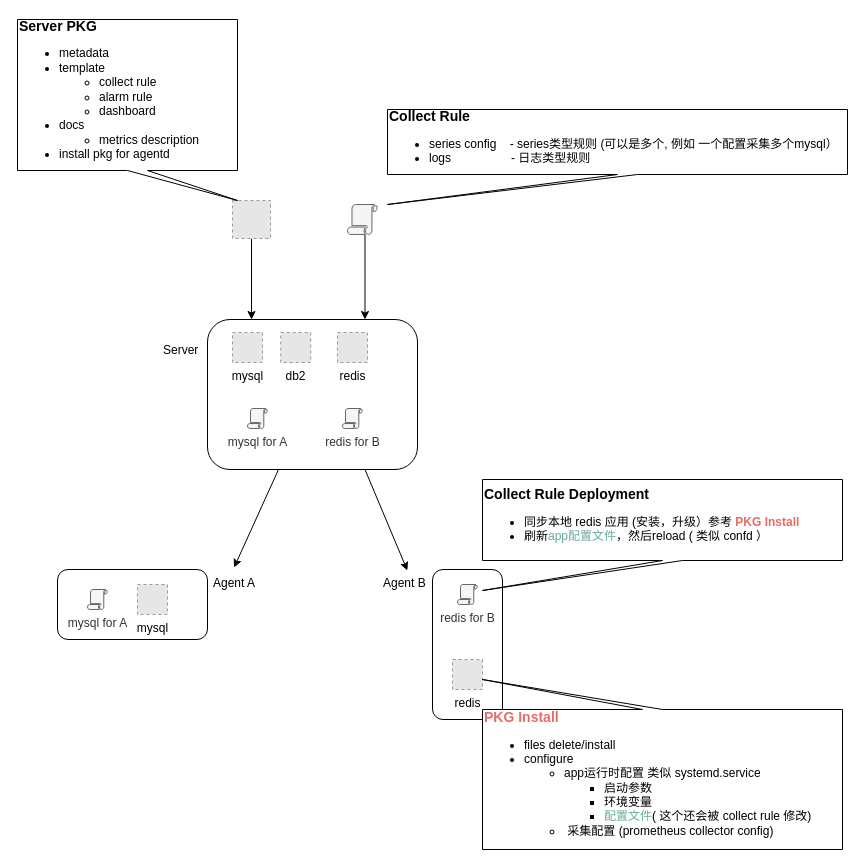
yubo/draw keeps this draw.io diagram as page "app store" (1 of 6) of n9e.drawio. Above is the earlier version. Source tidied: cells renumbered, new cells numbered last; positions are measured from the earlier drawing's top-left corner, leaving out a move shared by most shapes. Both pictures are drawn from the tidied source at 100%, with x=0, y=0 at pixel (17, 19). Pictures stored in the file or linked from it are replaced by grey dashed boxes.
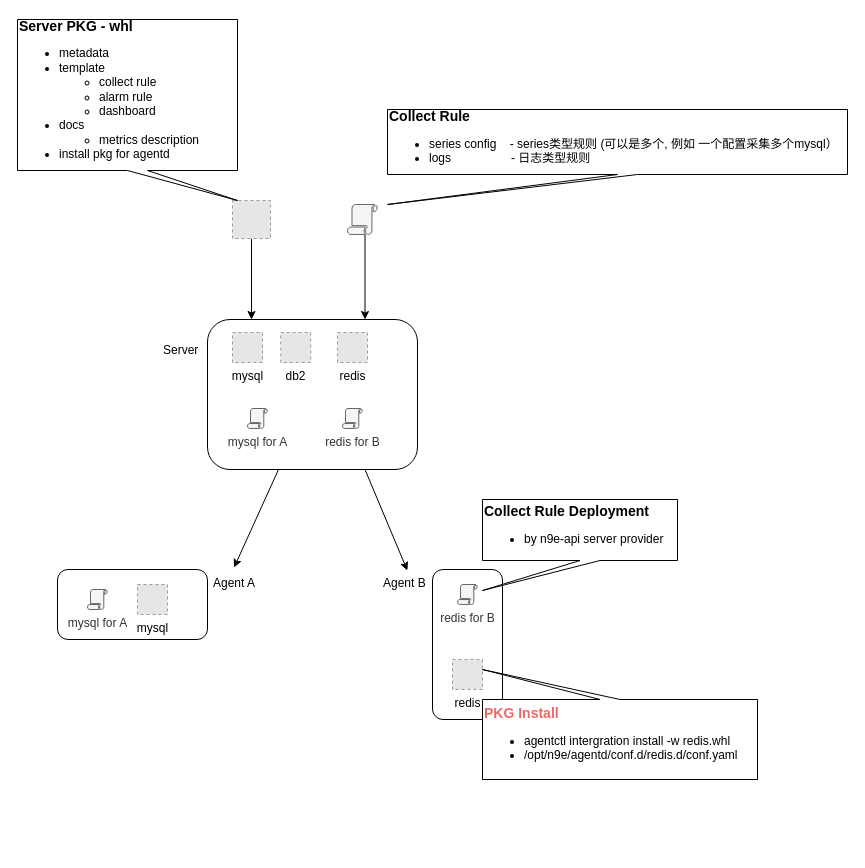
Above is the later version.

Diff of the diagram source:
```diff
@@
-    <mxCell id="11" value="&lt;div&gt;&lt;b&gt;&lt;font style=&quot;font-size: 14px&quot;&gt;Server PKG&lt;/font&gt;&lt;/b&gt;&lt;/div&gt;&lt;ul&gt;&lt;li&gt;metadata&lt;/li&gt;&lt;li&gt;template&lt;/li&gt;&lt;ul&gt;&lt;li&gt;collect rule&lt;/li&gt;&lt;li&gt;alarm rule&lt;/li&gt;&lt;li&gt;dashboard&lt;/li&gt;&lt;/ul&gt;&lt;li&gt;docs&lt;/li&gt;&lt;ul&gt;&lt;li&gt;metrics description&lt;/li&gt;&lt;/ul&gt;&lt;li&gt;install pkg for agentd&lt;/li&gt;&lt;/ul&gt;" style="shape=callout;whiteSpace=wrap;html=1;perimeter=calloutPerimeter;position2=1;align=left;" parent="1" vertex="1">
+    <mxCell id="11" value="&lt;div&gt;&lt;b&gt;&lt;font style=&quot;font-size: 14px&quot;&gt;Server PKG - whl&lt;/font&gt;&lt;/b&gt;&lt;/div&gt;&lt;ul&gt;&lt;li&gt;metadata&lt;/li&gt;&lt;li&gt;template&lt;/li&gt;&lt;ul&gt;&lt;li&gt;collect rule&lt;/li&gt;&lt;li&gt;alarm rule&lt;/li&gt;&lt;li&gt;dashboard&lt;/li&gt;&lt;/ul&gt;&lt;li&gt;docs&lt;/li&gt;&lt;ul&gt;&lt;li&gt;metrics description&lt;/li&gt;&lt;/ul&gt;&lt;li&gt;install pkg for agentd&lt;/li&gt;&lt;/ul&gt;" style="shape=callout;whiteSpace=wrap;html=1;perimeter=calloutPerimeter;position2=1;align=left;" parent="1" vertex="1">
       <mxGeometry width="220" height="181" as="geometry" />
     </mxCell>
@@
-    <mxCell id="24" value="&lt;div&gt;&lt;b&gt;&lt;font style=&quot;font-size: 14px&quot;&gt;Collect Rule Deployment&lt;/font&gt;&lt;/b&gt;&lt;/div&gt;&lt;ul&gt;&lt;li&gt;同步本地 redis 应用 (安装，升级）参考&amp;nbsp;&lt;b&gt;&lt;font color=&quot;#ea6b66&quot;&gt;PKG Install&lt;/font&gt;&lt;/b&gt;&lt;/li&gt;&lt;li&gt;刷新&lt;font color=&quot;#67ab9f&quot;&gt;app配置文件&lt;/font&gt;，然后reload ( 类似 confd ）&lt;/li&gt;&lt;/ul&gt;" style="shape=callout;whiteSpace=wrap;html=1;perimeter=calloutPerimeter;position2=0;align=left;direction=east;" parent="1" vertex="1">
-      <mxGeometry x="465" y="460" width="360" height="111" as="geometry" />
+    <mxCell id="24" value="&lt;div&gt;&lt;b&gt;&lt;font style=&quot;font-size: 14px&quot;&gt;Collect Rule Deployment&lt;/font&gt;&lt;/b&gt;&lt;/div&gt;&lt;ul&gt;&lt;li&gt;by n9e-api server provider&lt;/li&gt;&lt;/ul&gt;" style="shape=callout;whiteSpace=wrap;html=1;perimeter=calloutPerimeter;position2=0;align=left;direction=east;" parent="1" vertex="1">
+      <mxGeometry x="465" y="480" width="195" height="91" as="geometry" />
     </mxCell>
-    <mxCell id="25" value="&lt;div&gt;&lt;b&gt;&lt;font style=&quot;font-size: 14px&quot; color=&quot;#ea6b66&quot;&gt;PKG Install&lt;/font&gt;&lt;/b&gt;&lt;/div&gt;&lt;ul&gt;&lt;li&gt;files delete/install&lt;/li&gt;&lt;li&gt;configure&lt;/li&gt;&lt;ul&gt;&lt;li&gt;app运行时配置 类似 systemd.service&lt;/li&gt;&lt;ul&gt;&lt;li&gt;启动参数&lt;/li&gt;&lt;li&gt;环境变量&lt;/li&gt;&lt;li&gt;&lt;font color=&quot;#67ab9f&quot;&gt;配置文件&lt;/font&gt;( 这个还会被 collect rule 修改)&lt;/li&gt;&lt;/ul&gt;&lt;li&gt;&amp;nbsp;采集配置 (prometheus collector config)&lt;/li&gt;&lt;/ul&gt;&lt;/ul&gt;" style="shape=callout;whiteSpace=wrap;html=1;perimeter=calloutPerimeter;position2=1;align=left;direction=west;" parent="1" vertex="1">
-      <mxGeometry x="465" y="660" width="360" height="170" as="geometry" />
+    <mxCell id="25" value="&lt;div&gt;&lt;b&gt;&lt;font style=&quot;font-size: 14px&quot; color=&quot;#ea6b66&quot;&gt;PKG Install&lt;/font&gt;&lt;/b&gt;&lt;/div&gt;&lt;ul&gt;&lt;li&gt;agentctl intergration install -w redis.whl&lt;/li&gt;&lt;li&gt;/opt/n9e/agentd/conf.d/redis.d/conf.yaml&lt;/li&gt;&lt;/ul&gt;" style="shape=callout;whiteSpace=wrap;html=1;perimeter=calloutPerimeter;position2=1;align=left;direction=west;" parent="1" vertex="1">
+      <mxGeometry x="465" y="650" width="275" height="110" as="geometry" />
     </mxCell>
```
